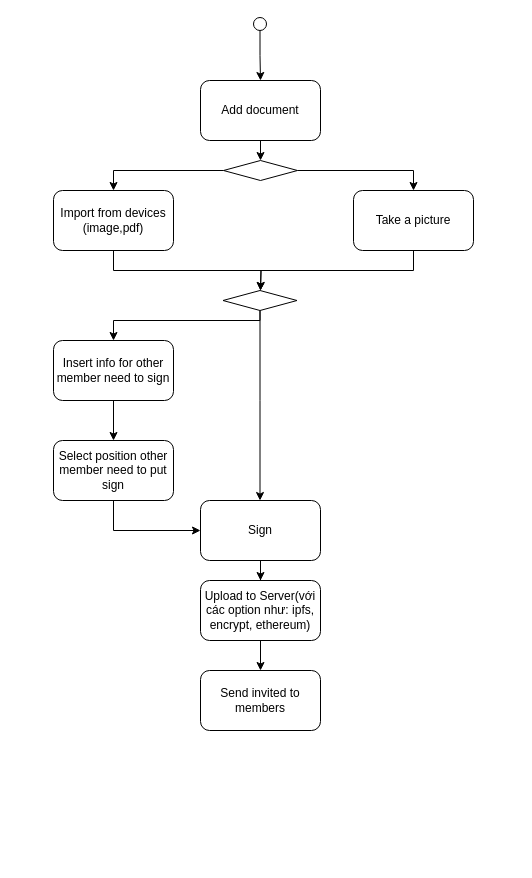
This is v-sign flow.drawio from NTT-TNN/draw, a draw.io file, before an edit. Source tidied: cells renumbered, new cells numbered last; positions are measured from the earlier drawing's top-left corner, leaving out a move shared by most shapes. Both pictures are drawn from the tidied source at 100%, with x=0, y=0 at pixel (53, 17).
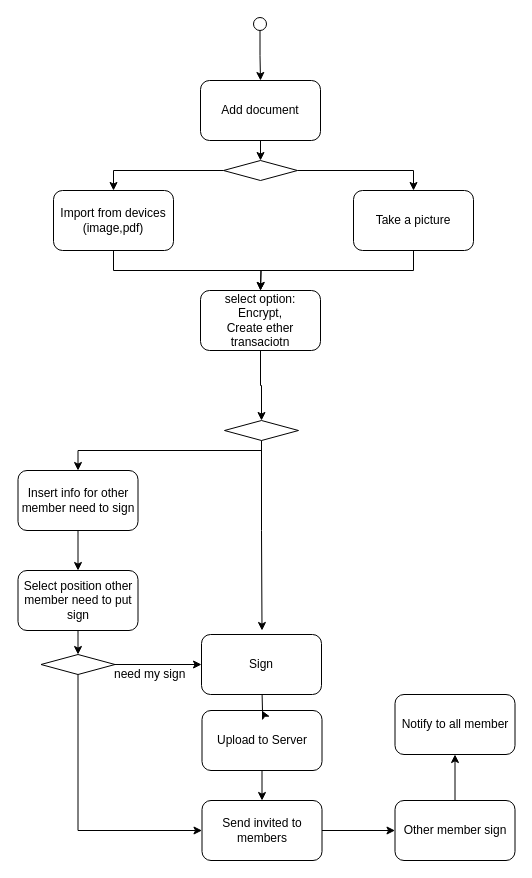
Above is the later version.

Change to the diagram source:
```diff
@@
     <mxCell id="13" style="edgeStyle=orthogonalEdgeStyle;rounded=0;jettySize=auto;html=1;exitX=0.5;exitY=1;exitDx=0;exitDy=0;entryX=0.5;entryY=0;entryDx=0;entryDy=0;" parent="1" edge="1" source="15" target="17">
       <mxGeometry relative="1" as="geometry">
         <Array as="points">
-          <mxPoint x="207" y="303" />
-          <mxPoint x="60" y="303" />
+          <mxPoint x="208.5" y="433" />
+          <mxPoint x="24.5" y="433" />
         </Array>
       </mxGeometry>
     </mxCell>
-    <mxCell id="14" style="edgeStyle=orthogonalEdgeStyle;rounded=0;jettySize=auto;html=1;exitX=0.5;exitY=1;exitDx=0;exitDy=0;" parent="1" edge="1" source="15" target="18">
+    <mxCell id="14" style="edgeStyle=orthogonalEdgeStyle;rounded=0;jettySize=auto;html=1;exitX=0.5;exitY=1;exitDx=0;exitDy=0;" parent="1" edge="1" source="15">
       <mxGeometry relative="1" as="geometry">
+        <mxPoint x="208.5" y="613" as="targetPoint" />
         <Array as="points">
-          <mxPoint x="207" y="383" />
-          <mxPoint x="207" y="383" />
+          <mxPoint x="208" y="513" />
         </Array>
       </mxGeometry>
     </mxCell>
     <mxCell id="15" style="rhombus;whiteSpace=wrap;html=1;" parent="1" vertex="1">
-      <mxGeometry x="169.5" y="273" width="74" height="20" as="geometry" />
+      <mxGeometry x="171" y="403" width="74" height="20" as="geometry" />
     </mxCell>
@@
     <mxCell id="17" value="Insert info for other member need to sign" style="rounded=1;whiteSpace=wrap;html=1;" parent="1" vertex="1">
-      <mxGeometry y="323" width="120" height="60" as="geometry" />
+      <mxGeometry x="-35.5" y="453" width="120" height="60" as="geometry" />
     </mxCell>
-    <mxCell id="18" value="Sign" style="rounded=1;whiteSpace=wrap;html=1;" parent="1" vertex="1">
-      <mxGeometry x="147" y="483" width="120" height="60" as="geometry" />
-    </mxCell>
@@
-    <mxCell id="20" style="edgeStyle=orthogonalEdgeStyle;rounded=0;jettySize=auto;html=1;exitX=0.5;exitY=1;exitDx=0;exitDy=0;entryX=0;entryY=0.5;entryDx=0;entryDy=0;" parent="1" edge="1" source="21" target="18">
-      <mxGeometry relative="1" as="geometry" />
-    </mxCell>
+    <mxCell id="25" style="edgeStyle=orthogonalEdgeStyle;rounded=0;jettySize=auto;html=1;exitX=0.5;exitY=1;exitDx=0;exitDy=0;entryX=0.5;entryY=0;entryDx=0;entryDy=0;" parent="1" edge="1" source="21" target="29">
+      <mxGeometry relative="1" as="geometry" />
+    </mxCell>
     <mxCell id="21" value="Select position other member need to put sign" style="rounded=1;whiteSpace=wrap;html=1;" parent="1" vertex="1">
-      <mxGeometry y="423" width="120" height="60" as="geometry" />
+      <mxGeometry x="-35.5" y="553" width="120" height="60" as="geometry" />
     </mxCell>
+    <mxCell id="26" style="edgeStyle=orthogonalEdgeStyle;rounded=0;jettySize=auto;html=1;exitX=1;exitY=0.5;exitDx=0;exitDy=0;" parent="1" edge="1" source="22" target="32">
+      <mxGeometry relative="1" as="geometry" />
+    </mxCell>
     <mxCell id="22" value="Send invited to members" style="rounded=1;whiteSpace=wrap;html=1;" parent="1" vertex="1">
-      <mxGeometry x="147" y="653" width="120" height="60" as="geometry" />
+      <mxGeometry x="148.5" y="783" width="120" height="60" as="geometry" />
     </mxCell>
-    <mxCell id="23" value="Upload to Server(với các option như: ipfs, encrypt, ethereum)" style="rounded=1;whiteSpace=wrap;html=1;" parent="1" vertex="1">
-      <mxGeometry x="147" y="563" width="120" height="60" as="geometry" />
+    <mxCell id="23" value="Upload to Server" style="rounded=1;whiteSpace=wrap;html=1;" parent="1" vertex="1">
+      <mxGeometry x="148.5" y="693" width="120" height="60" as="geometry" />
     </mxCell>
-    <mxCell id="24" style="edgeStyle=orthogonalEdgeStyle;rounded=0;jettySize=auto;html=1;exitX=0.5;exitY=1;exitDx=0;exitDy=0;" parent="1" edge="1" source="18" target="23">
-      <mxGeometry relative="1" as="geometry" />
+    <mxCell id="24" style="edgeStyle=orthogonalEdgeStyle;rounded=0;jettySize=auto;html=1;exitX=0.5;exitY=1;exitDx=0;exitDy=0;" parent="1" edge="1" target="23">
+      <mxGeometry relative="1" as="geometry">
+        <mxPoint x="208.5" y="673" as="sourcePoint" />
+      </mxGeometry>
     </mxCell>
+    <mxCell id="27" style="edgeStyle=orthogonalEdgeStyle;rounded=0;jettySize=auto;html=1;exitX=1;exitY=0.5;exitDx=0;exitDy=0;entryX=0;entryY=0.5;entryDx=0;entryDy=0;" parent="1" edge="1" source="29" target="18">
+      <mxGeometry relative="1" as="geometry" />
+    </mxCell>
+    <mxCell id="28" style="edgeStyle=orthogonalEdgeStyle;rounded=0;jettySize=auto;html=1;exitX=0.5;exitY=1;exitDx=0;exitDy=0;entryX=0;entryY=0.5;entryDx=0;entryDy=0;" parent="1" edge="1" source="29" target="22">
+      <mxGeometry relative="1" as="geometry" />
+    </mxCell>
+    <mxCell id="29" style="rhombus;whiteSpace=wrap;html=1;" parent="1" vertex="1">
+      <mxGeometry x="-12.5" y="637" width="74" height="20" as="geometry" />
+    </mxCell>
+    <mxCell id="18" value="Sign" style="rounded=1;whiteSpace=wrap;html=1;" parent="1" vertex="1">
+      <mxGeometry x="148" y="617" width="120" height="60" as="geometry" />
+    </mxCell>
+    <mxCell id="30" value="need my sign" style="text;html=1;align=left;verticalAlign=top;spacingTop=-4;" parent="1" vertex="1">
+      <mxGeometry x="58.5" y="647" width="90" height="20" as="geometry" />
+    </mxCell>
+    <mxCell id="31" style="edgeStyle=orthogonalEdgeStyle;rounded=0;jettySize=auto;html=1;exitX=0.5;exitY=0;exitDx=0;exitDy=0;" parent="1" edge="1" source="32" target="33">
+      <mxGeometry relative="1" as="geometry" />
+    </mxCell>
+    <mxCell id="32" value="Other member sign" style="rounded=1;whiteSpace=wrap;html=1;" parent="1" vertex="1">
+      <mxGeometry x="341.5" y="783" width="120" height="60" as="geometry" />
+    </mxCell>
+    <mxCell id="33" value="Notify to all member" style="rounded=1;whiteSpace=wrap;html=1;" parent="1" vertex="1">
+      <mxGeometry x="341.5" y="677" width="120" height="60" as="geometry" />
+    </mxCell>
+    <mxCell id="34" style="edgeStyle=orthogonalEdgeStyle;rounded=0;jettySize=auto;html=1;exitX=0.5;exitY=1;exitDx=0;exitDy=0;entryX=0.5;entryY=0;entryDx=0;entryDy=0;" parent="1" edge="1" source="35" target="15">
+      <mxGeometry relative="1" as="geometry" />
+    </mxCell>
+    <mxCell id="35" value="select option:&lt;br&gt;Encrypt,&lt;br&gt;Create ether transaciotn" style="rounded=1;whiteSpace=wrap;html=1;" parent="1" vertex="1">
+      <mxGeometry x="147" y="273" width="120" height="60" as="geometry" />
+    </mxCell>
```
